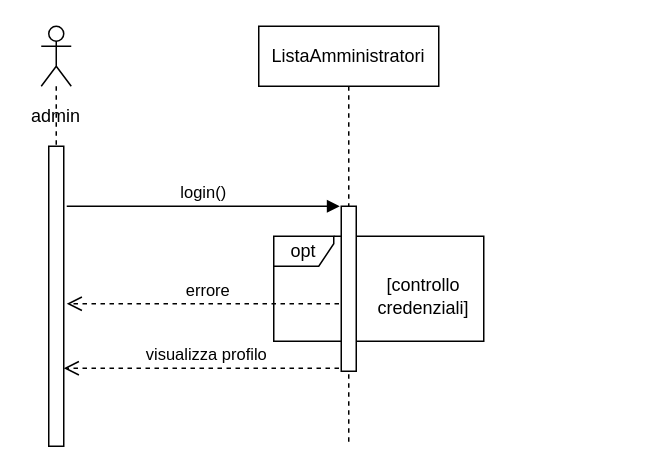
Earlier version of the draw.io diagram Diagrammi_delle_sequenze/modificabili/diagramma_login_admin.drawio (fd-col/ProgettoIngegneriaDelSoftware). Source tidied: cells renumbered, new cells numbered last; positions are measured from the earlier drawing's top-left corner, leaving out a move shared by most shapes. Both pictures are drawn from the tidied source at 150%, with x=0, y=0 at pixel (26, 26).
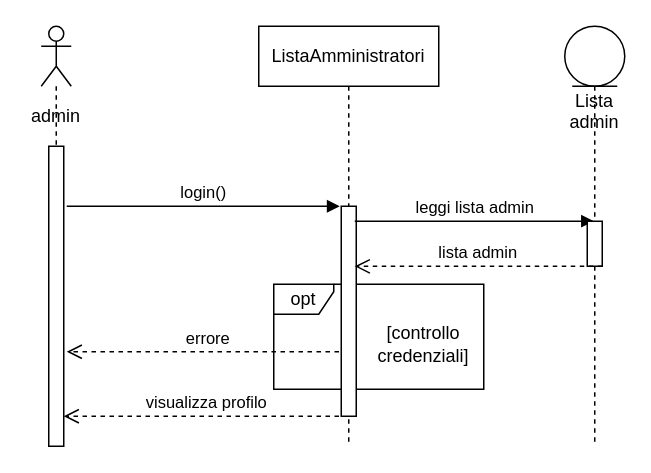
The same page after the edit.

Unchanged cells that the change refers to:
```xml
<mxCell id="3" value="&lt;div&gt;ListaAmministratori&lt;/div&gt;" style="shape=umlLifeline;perimeter=lifelinePerimeter;whiteSpace=wrap;html=1;outlineConnect=0;" parent="1" vertex="1">
  <mxGeometry x="155" width="120" height="280" as="geometry" />
</mxCell>
<mxCell id="5" style="html=1;points=[];perimeter=orthogonalPerimeter;" parent="1" vertex="1">
  <mxGeometry x="15" y="80" width="10" height="200" as="geometry" />
</mxCell>
```

Change to the diagram source:
```diff
@@
-    <mxCell id="7" value="errore" style="html=1;verticalAlign=bottom;endArrow=open;dashed=1;endSize=8;" parent="1" edge="1" source="3">
+    <mxCell id="7" value="errore" style="html=1;verticalAlign=bottom;endArrow=open;dashed=1;endSize=8;" parent="1" edge="1">
       <mxGeometry relative="1" as="geometry">
-        <mxPoint x="27" y="185" as="targetPoint" />
+        <mxPoint x="214.5" y="217" as="sourcePoint" />
+        <mxPoint x="27" y="217" as="targetPoint" />
         <Array as="points">
-          <mxPoint x="145" y="185" />
+          <mxPoint x="145" y="217" />
         </Array>
       </mxGeometry>
     </mxCell>
     <mxCell id="8" value="[controllo credenziali]" style="text;html=1;strokeColor=none;fillColor=none;align=center;verticalAlign=middle;whiteSpace=wrap;rounded=0;" parent="1" vertex="1">
-      <mxGeometry x="245" y="170" width="40" height="20" as="geometry" />
+      <mxGeometry x="245" y="202" width="40" height="20" as="geometry" />
     </mxCell>
-    <mxCell id="9" value="&lt;div&gt;visualizza profilo&lt;/div&gt;" style="html=1;verticalAlign=bottom;endArrow=open;dashed=1;endSize=8;entryX=1;entryY=0.74;entryDx=0;entryDy=0;entryPerimeter=0;" parent="1" edge="1" source="3" target="5">
+    <mxCell id="9" value="&lt;div&gt;visualizza profilo&lt;/div&gt;" style="html=1;verticalAlign=bottom;endArrow=open;dashed=1;endSize=8;entryX=1;entryY=0.74;entryDx=0;entryDy=0;entryPerimeter=0;" parent="1" edge="1">
       <mxGeometry relative="1" as="geometry">
+        <mxPoint x="214.5" y="260" as="sourcePoint" />
+        <mxPoint x="25" y="260" as="targetPoint" />
         <Array as="points">
-          <mxPoint x="105" y="228" />
+          <mxPoint x="105" y="260" />
         </Array>
       </mxGeometry>
     </mxCell>
     <mxCell id="10" value="opt" style="shape=umlFrame;whiteSpace=wrap;html=1;width=40;height=20;" parent="1" vertex="1">
-      <mxGeometry x="165" y="140" width="140" height="70" as="geometry" />
+      <mxGeometry x="165" y="172" width="140" height="70" as="geometry" />
     </mxCell>
     <mxCell id="11" style="html=1;points=[];perimeter=orthogonalPerimeter;" parent="1" vertex="1">
-      <mxGeometry x="210" y="120" width="10" height="110" as="geometry" />
+      <mxGeometry x="210" y="120" width="10" height="140" as="geometry" />
     </mxCell>
+    <mxCell id="12" value="Lista&lt;br&gt;admin" style="shape=umlLifeline;participant=umlEntity;perimeter=lifelinePerimeter;whiteSpace=wrap;html=1;verticalAlign=top;spacingTop=36;outlineConnect=0;" parent="1" vertex="1">
+      <mxGeometry x="359" width="40" height="280" as="geometry" />
+    </mxCell>
+    <mxCell id="13" value="leggi lista admin" style="html=1;verticalAlign=bottom;endArrow=block;exitX=0.9;exitY=0.071;exitDx=0;exitDy=0;exitPerimeter=0;" parent="1" edge="1" source="11" target="12">
+      <mxGeometry relative="1" as="geometry" />
+    </mxCell>
+    <mxCell id="14" style="html=1;perimeter=orthogonalPerimeter;" parent="1" vertex="1">
+      <mxGeometry x="374" y="130" width="10" height="30" as="geometry" />
+    </mxCell>
+    <mxCell id="15" value="lista admin" style="html=1;verticalAlign=bottom;endArrow=open;dashed=1;endSize=8;entryX=0.9;entryY=0.286;entryDx=0;entryDy=0;entryPerimeter=0;" parent="1" edge="1" target="11">
+      <mxGeometry relative="1" as="geometry">
+        <mxPoint x="384" y="160" as="sourcePoint" />
+      </mxGeometry>
+    </mxCell>
```
